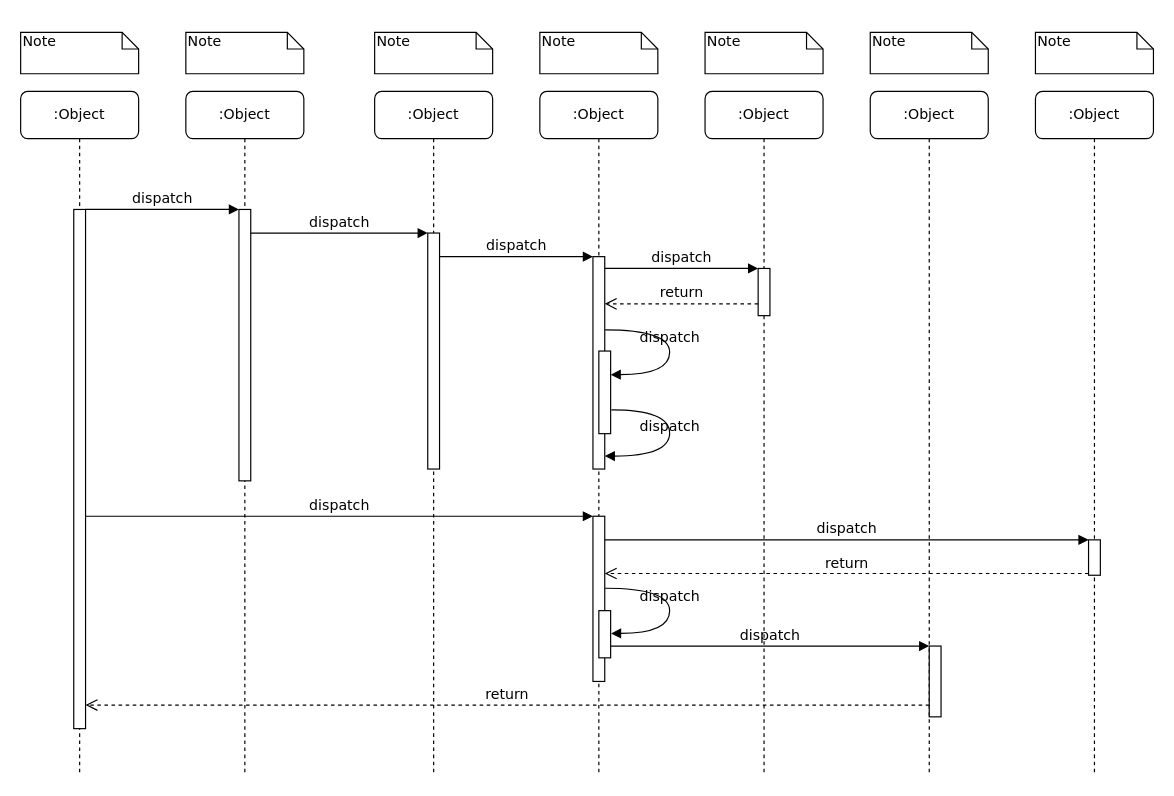
Above: docs/uml/sequence_diagram.drawio in BuffsWiseWanderer89/CIDM6330_final (draw.io), before the change. Source tidied: cells renumbered, new cells numbered last; positions are measured from the earlier drawing's top-left corner, leaving out a move shared by most shapes. Both pictures are drawn from the tidied source at 118%, with x=0, y=0 at pixel (20, 32).
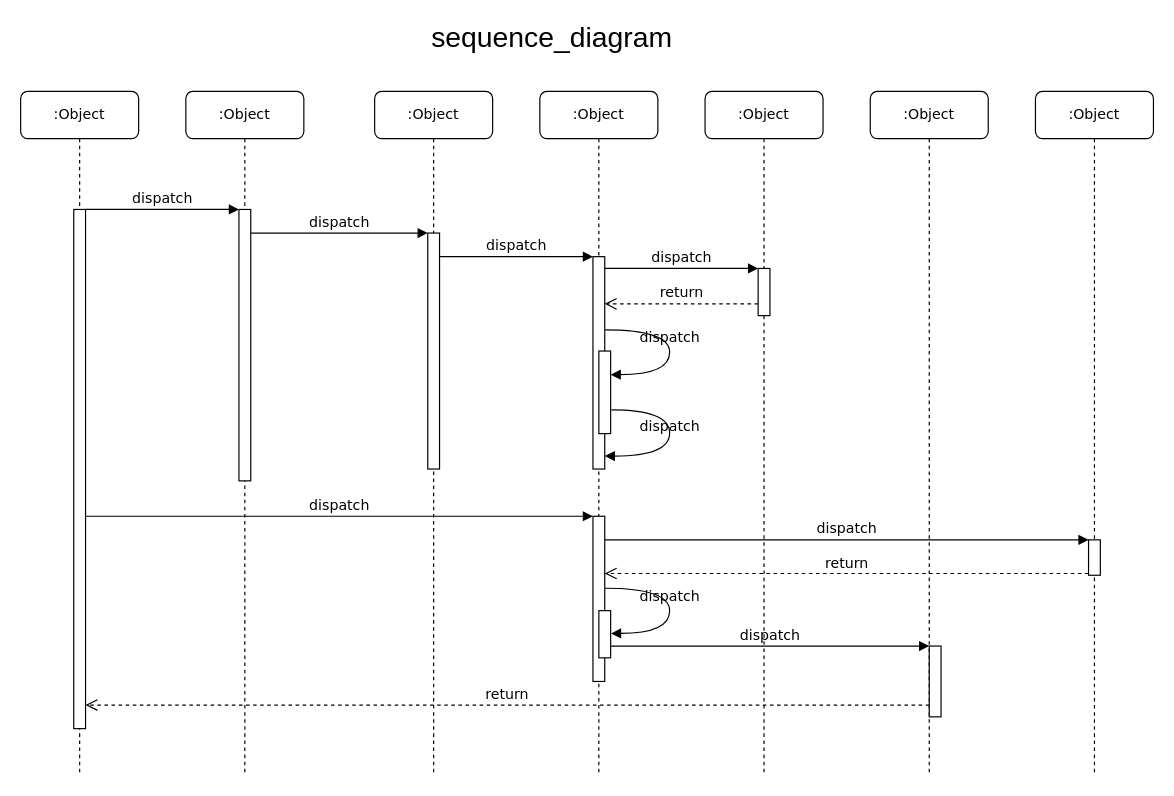
The same diagram, later.

Commit message:
edit sequence_diagram

The edit, as a diff of the source:
```diff
@@
-    <mxCell id="32" value="Note" style="shape=note;whiteSpace=wrap;html=1;size=14;verticalAlign=top;align=left;spacingTop=-6;rounded=0;shadow=0;comic=0;labelBackgroundColor=none;strokeWidth=1;fontFamily=Verdana;fontSize=12;" parent="1" vertex="1">
-      <mxGeometry width="100" height="35" as="geometry" />
-    </mxCell>
-    <mxCell id="33" value="Note" style="shape=note;whiteSpace=wrap;html=1;size=14;verticalAlign=top;align=left;spacingTop=-6;rounded=0;shadow=0;comic=0;labelBackgroundColor=none;strokeWidth=1;fontFamily=Verdana;fontSize=12;" parent="1" vertex="1">
-      <mxGeometry x="140" width="100" height="35" as="geometry" />
-    </mxCell>
-    <mxCell id="34" value="Note" style="shape=note;whiteSpace=wrap;html=1;size=14;verticalAlign=top;align=left;spacingTop=-6;rounded=0;shadow=0;comic=0;labelBackgroundColor=none;strokeWidth=1;fontFamily=Verdana;fontSize=12;" parent="1" vertex="1">
-      <mxGeometry x="300" width="100" height="35" as="geometry" />
-    </mxCell>
-    <mxCell id="35" value="Note" style="shape=note;whiteSpace=wrap;html=1;size=14;verticalAlign=top;align=left;spacingTop=-6;rounded=0;shadow=0;comic=0;labelBackgroundColor=none;strokeWidth=1;fontFamily=Verdana;fontSize=12;" parent="1" vertex="1">
-      <mxGeometry x="440" width="100" height="35" as="geometry" />
-    </mxCell>
-    <mxCell id="36" value="Note" style="shape=note;whiteSpace=wrap;html=1;size=14;verticalAlign=top;align=left;spacingTop=-6;rounded=0;shadow=0;comic=0;labelBackgroundColor=none;strokeWidth=1;fontFamily=Verdana;fontSize=12;" parent="1" vertex="1">
-      <mxGeometry x="580" width="100" height="35" as="geometry" />
-    </mxCell>
-    <mxCell id="37" value="Note" style="shape=note;whiteSpace=wrap;html=1;size=14;verticalAlign=top;align=left;spacingTop=-6;rounded=0;shadow=0;comic=0;labelBackgroundColor=none;strokeWidth=1;fontFamily=Verdana;fontSize=12;" parent="1" vertex="1">
-      <mxGeometry x="720" width="100" height="35" as="geometry" />
-    </mxCell>
-    <mxCell id="38" value="Note" style="shape=note;whiteSpace=wrap;html=1;size=14;verticalAlign=top;align=left;spacingTop=-6;rounded=0;shadow=0;comic=0;labelBackgroundColor=none;strokeWidth=1;fontFamily=Verdana;fontSize=12;" parent="1" vertex="1">
-      <mxGeometry x="860" width="100" height="35" as="geometry" />
-    </mxCell>
+    <mxCell id="39" value="&lt;font style=&quot;font-size: 24px;&quot;&gt;sequence_diagram&lt;/font&gt;" style="text;html=1;align=center;verticalAlign=middle;whiteSpace=wrap;rounded=0;" parent="1" vertex="1">
+      <mxGeometry x="323" y="-10" width="255" height="30" as="geometry" />
+    </mxCell>
```
